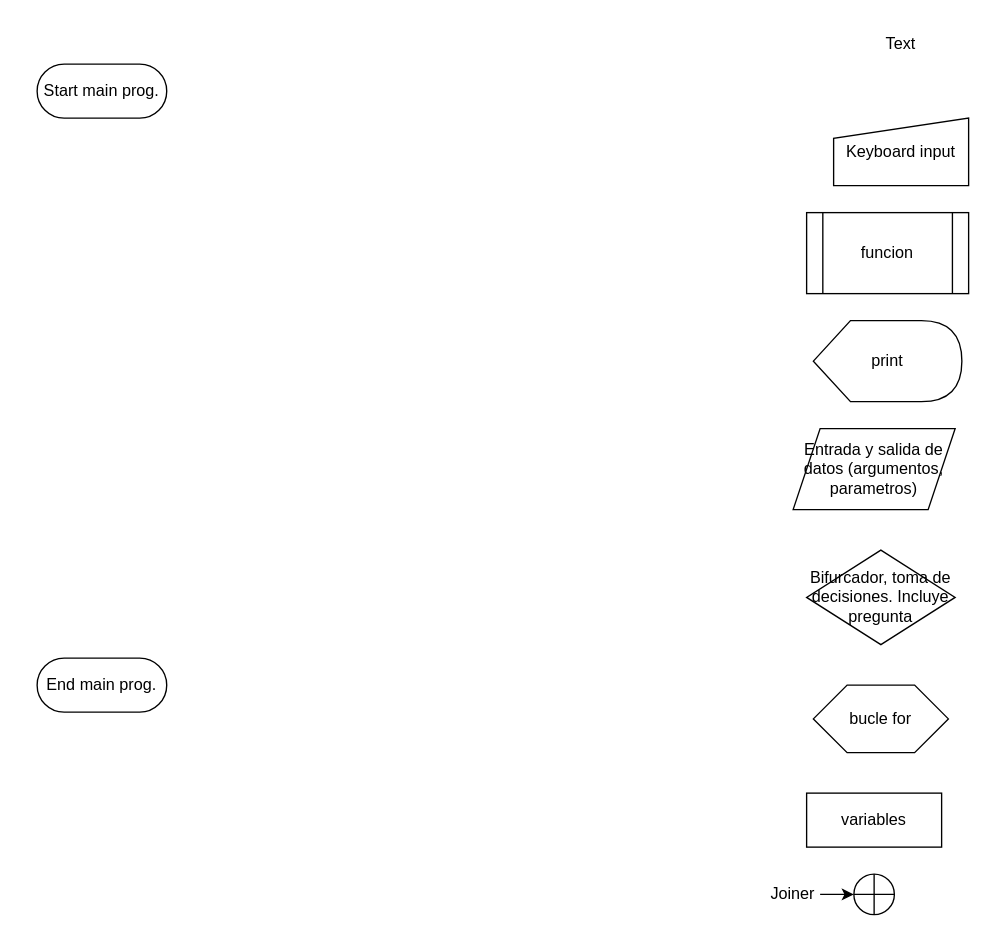
This is page "ejercicio3.9" (3 of 12) of Python/Ejercicios_python/Flujogramas.drawio from MoltenDevLabs/data-science-bootcamp, a draw.io file, before an edit. Source tidied: cells renumbered, new cells numbered last; positions are measured from the earlier drawing's top-left corner, leaving out a move shared by most shapes. Both pictures are drawn from the tidied source at 135%, with x=0, y=0 at pixel (36, 23).
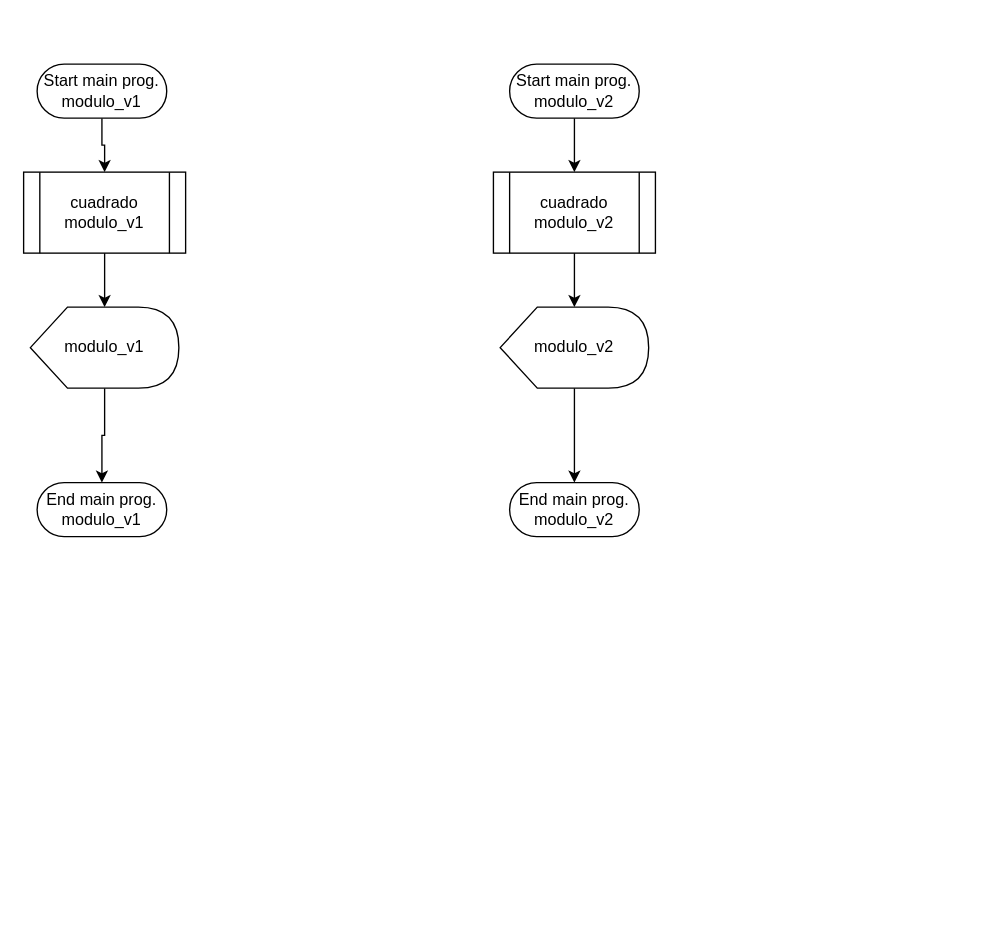
Above is the later version.

Change to the diagram source:
```diff
@@
 <mxGraphModel>
   <root>
     <mxCell id="0" />
     <mxCell id="1" parent="0" />
+    <mxCell id="15" style="edgeStyle=orthogonalEdgeStyle;rounded=0;jettySize=auto;html=1;" parent="1" edge="1" source="2" target="5">
+      <mxGeometry relative="1" as="geometry" />
+    </mxCell>
-    <mxCell id="2" value="Start main prog." style="html=1;dashed=0;whiteSpace=wrap;shape=mxgraph.dfd.start;" parent="1" vertex="1">
+    <mxCell id="2" value="Start main prog.&lt;div&gt;modulo_v1&lt;/div&gt;" style="html=1;dashed=0;whiteSpace=wrap;shape=mxgraph.dfd.start;" parent="1" vertex="1">
       <mxGeometry y="30" width="96" height="40" as="geometry" />
     </mxCell>
-    <mxCell id="3" value="End main prog." style="html=1;dashed=0;whiteSpace=wrap;shape=mxgraph.dfd.start;" parent="1" vertex="1">
-      <mxGeometry y="470" width="96" height="40" as="geometry" />
+    <mxCell id="3" value="End main prog.&lt;div&gt;modulo_v1&lt;br&gt;&lt;/div&gt;" style="html=1;dashed=0;whiteSpace=wrap;shape=mxgraph.dfd.start;" parent="1" vertex="1">
+      <mxGeometry y="340" width="96" height="40" as="geometry" />
     </mxCell>
-    <mxCell id="4" value="Keyboard input" style="shape=manualInput;whiteSpace=wrap;html=1;dashed=0;size=15;" parent="1" vertex="1">
-      <mxGeometry x="590" y="70" width="100" height="50" as="geometry" />
-    </mxCell>
+    <mxCell id="16" style="edgeStyle=orthogonalEdgeStyle;rounded=0;jettySize=auto;html=1;" parent="1" edge="1" source="5" target="24">
+      <mxGeometry relative="1" as="geometry" />
+    </mxCell>
-    <mxCell id="5" value="funcion" style="shape=process;whiteSpace=wrap;html=1;backgroundOutline=1;" parent="1" vertex="1">
-      <mxGeometry x="570" y="140" width="120" height="60" as="geometry" />
+    <mxCell id="5" value="cuadrado&lt;div&gt;modulo_v1&lt;/div&gt;" style="shape=process;whiteSpace=wrap;html=1;backgroundOutline=1;" parent="1" vertex="1">
+      <mxGeometry x="-10" y="110" width="120" height="60" as="geometry" />
     </mxCell>
+    <mxCell id="17" style="edgeStyle=orthogonalEdgeStyle;rounded=0;jettySize=auto;html=1;" parent="1" edge="1" source="6" target="20">
+      <mxGeometry relative="1" as="geometry" />
+    </mxCell>
-    <mxCell id="6" value="print" style="shape=display;whiteSpace=wrap;html=1;" parent="1" vertex="1">
-      <mxGeometry x="575" y="220" width="110" height="60" as="geometry" />
+    <mxCell id="6" value="modulo_v2" style="shape=display;whiteSpace=wrap;html=1;" parent="1" vertex="1">
+      <mxGeometry x="343" y="210" width="110" height="60" as="geometry" />
     </mxCell>
-    <mxCell id="7" value="Entrada y salida de datos (argumentos, parametros)" style="shape=parallelogram;perimeter=parallelogramPerimeter;whiteSpace=wrap;html=1;fixedSize=1;" parent="1" vertex="1">
-      <mxGeometry x="560" y="300" width="120" height="60" as="geometry" />
-    </mxCell>
-    <mxCell id="8" value="Bifurcador, toma de decisiones. Incluye pregunta" style="shape=rhombus;html=1;dashed=0;whiteSpace=wrap;perimeter=rhombusPerimeter;" parent="1" vertex="1">
-      <mxGeometry x="570" y="390" width="110" height="70" as="geometry" />
-    </mxCell>
-    <mxCell id="9" value="Text" style="text;html=1;align=center;verticalAlign=middle;whiteSpace=wrap;rounded=0;" parent="1" vertex="1">
-      <mxGeometry x="610" width="60" height="30" as="geometry" />
-    </mxCell>
-    <mxCell id="10" value="bucle for" style="shape=hexagon;perimeter=hexagonPerimeter2;whiteSpace=wrap;html=1;size=0.25;" parent="1" vertex="1">
-      <mxGeometry x="575" y="490" width="100" height="50" as="geometry" />
-    </mxCell>
-    <mxCell id="11" value="variables" style="rounded=0;whiteSpace=wrap;html=1;" parent="1" vertex="1">
-      <mxGeometry x="570" y="570" width="100" height="40" as="geometry" />
-    </mxCell>
-    <mxCell id="12" style="shape=orEllipse;perimeter=ellipsePerimeter;whiteSpace=wrap;html=1;backgroundOutline=1;" parent="1" vertex="1">
-      <mxGeometry x="605" y="630" width="30" height="30" as="geometry" />
-    </mxCell>
-    <mxCell id="13" style="edgeStyle=orthogonalEdgeStyle;rounded=0;jettySize=auto;html=1;" parent="1" edge="1" source="14" target="12">
-      <mxGeometry relative="1" as="geometry" />
-    </mxCell>
-    <mxCell id="14" value="Joiner" style="text;html=1;align=center;verticalAlign=middle;whiteSpace=wrap;rounded=0;" parent="1" vertex="1">
-      <mxGeometry x="540" y="630" width="40" height="30" as="geometry" />
-    </mxCell>
+    <mxCell id="18" style="edgeStyle=orthogonalEdgeStyle;rounded=0;jettySize=auto;html=1;" parent="1" edge="1" source="19" target="22">
+      <mxGeometry relative="1" as="geometry" />
+    </mxCell>
+    <mxCell id="19" value="Start main prog.&lt;div&gt;modulo_v2&lt;/div&gt;" style="html=1;dashed=0;whiteSpace=wrap;shape=mxgraph.dfd.start;" parent="1" vertex="1">
+      <mxGeometry x="350" y="30" width="96" height="40" as="geometry" />
+    </mxCell>
+    <mxCell id="20" value="End main prog.&lt;div&gt;modulo_v2&lt;br&gt;&lt;/div&gt;" style="html=1;dashed=0;whiteSpace=wrap;shape=mxgraph.dfd.start;" parent="1" vertex="1">
+      <mxGeometry x="350" y="340" width="96" height="40" as="geometry" />
+    </mxCell>
+    <mxCell id="21" style="edgeStyle=orthogonalEdgeStyle;rounded=0;jettySize=auto;html=1;" parent="1" edge="1" source="22" target="6">
+      <mxGeometry relative="1" as="geometry" />
+    </mxCell>
+    <mxCell id="22" value="cuadrado&lt;div&gt;modulo_v2&lt;/div&gt;" style="shape=process;whiteSpace=wrap;html=1;backgroundOutline=1;" parent="1" vertex="1">
+      <mxGeometry x="338" y="110" width="120" height="60" as="geometry" />
+    </mxCell>
+    <mxCell id="23" style="edgeStyle=orthogonalEdgeStyle;rounded=0;jettySize=auto;html=1;" parent="1" edge="1" source="24" target="3">
+      <mxGeometry relative="1" as="geometry" />
+    </mxCell>
+    <mxCell id="24" value="modulo_v1" style="shape=display;whiteSpace=wrap;html=1;" parent="1" vertex="1">
+      <mxGeometry x="-5" y="210" width="110" height="60" as="geometry" />
+    </mxCell>
   </root>
 </mxGraphModel>
```
